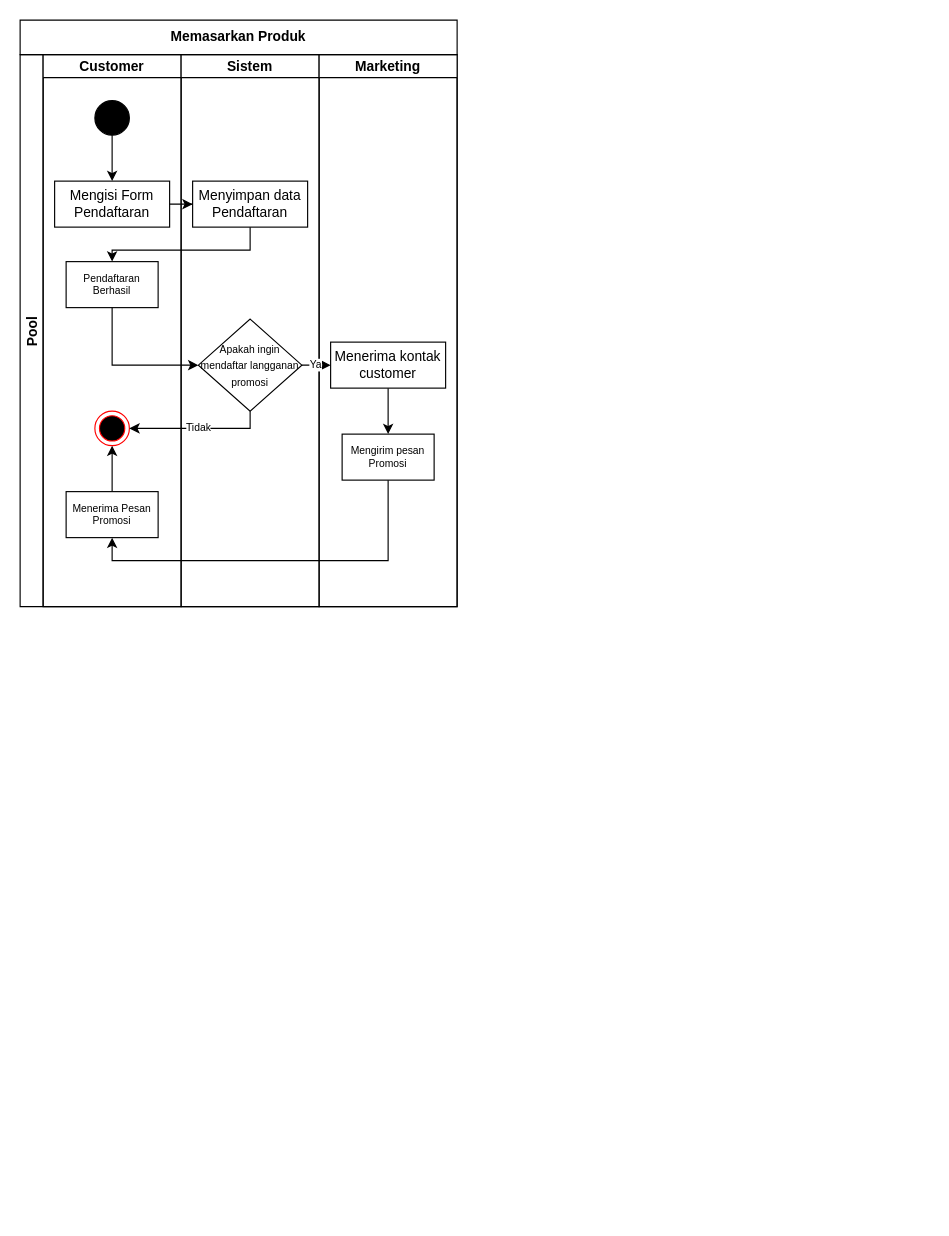
This is activity diagram.drawio from farrasrayhand/Tugas-Kuliah, a draw.io file, before an edit. Source tidied: cells renumbered, new cells numbered last; positions are measured from the earlier drawing's top-left corner, leaving out a move shared by most shapes. Both pictures are drawn from the tidied source at 115%, with x=0, y=0 at pixel (20, 20).
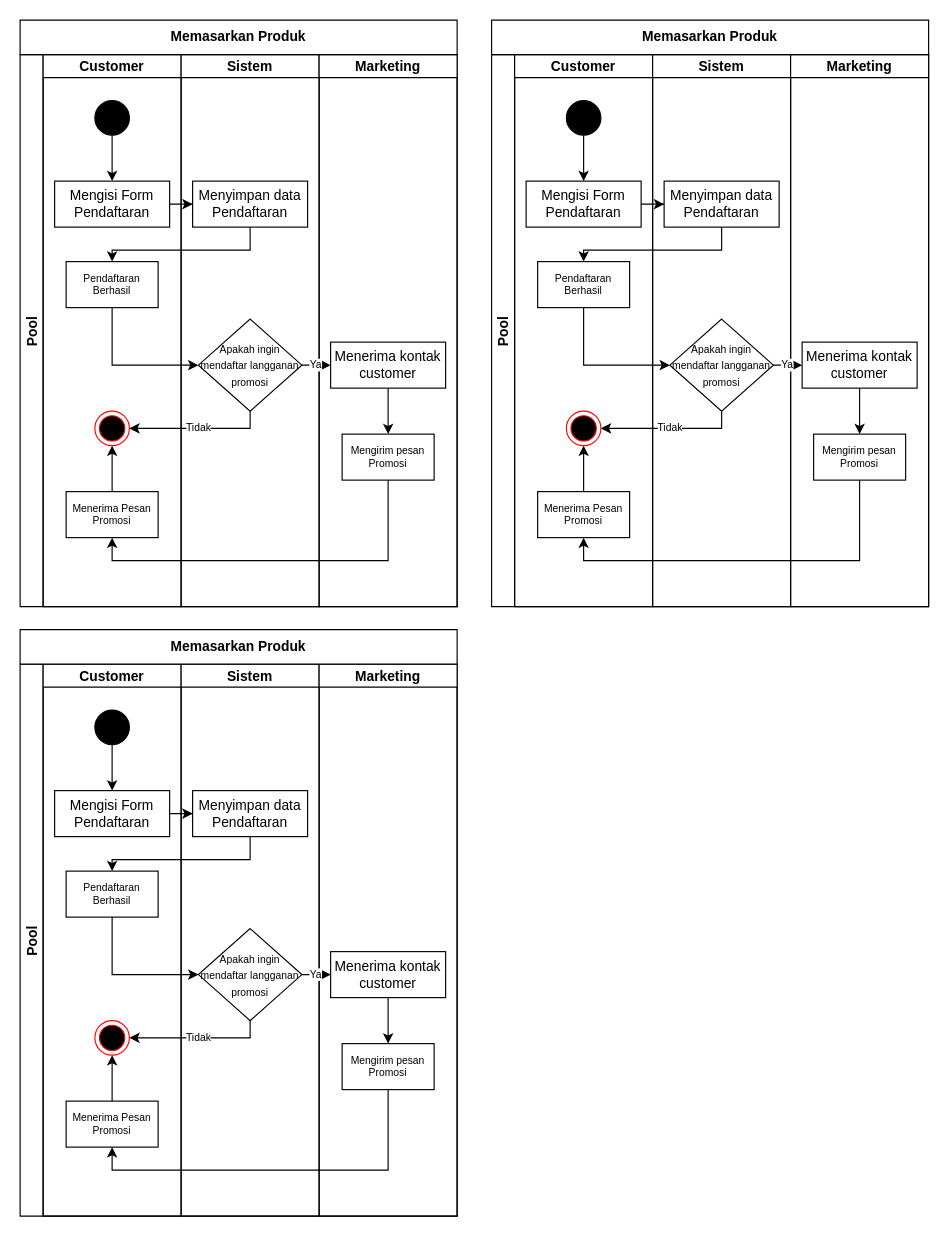
The same page after the edit.

What changed in the source:
```diff
@@
+    <mxCell id="27" value="Pool" style="swimlane;startSize=20;horizontal=0;" parent="1" vertex="1">
+      <mxGeometry x="410" y="30" width="380" height="480" as="geometry" />
+    </mxCell>
+    <mxCell id="28" value="Customer" style="swimlane;startSize=20;" parent="27" vertex="1">
+      <mxGeometry x="20" width="120" height="480" as="geometry" />
+    </mxCell>
+    <mxCell id="29" style="edgeStyle=orthogonalEdgeStyle;rounded=0;jettySize=auto;html=1;entryX=0.5;entryY=0;entryDx=0;entryDy=0;" parent="28" edge="1" source="30" target="31">
+      <mxGeometry relative="1" as="geometry" />
+    </mxCell>
+    <mxCell id="30" style="ellipse;whiteSpace=wrap;html=1;fillColor=#000000;" parent="28" vertex="1">
+      <mxGeometry x="45" y="40" width="30" height="30" as="geometry" />
+    </mxCell>
+    <mxCell id="31" value="Mengisi Form Pendaftaran" style="rounded=0;whiteSpace=wrap;html=1;fillColor=#FFFFFF;" parent="28" vertex="1">
+      <mxGeometry x="10" y="110" width="100" height="40" as="geometry" />
+    </mxCell>
+    <mxCell id="32" value="Pendaftaran Berhasil" style="rounded=0;whiteSpace=wrap;html=1;fontSize=9;fillColor=#FFFFFF;" parent="28" vertex="1">
+      <mxGeometry x="20" y="180" width="80" height="40" as="geometry" />
+    </mxCell>
+    <mxCell id="33" style="ellipse;html=1;shape=endState;fillColor=#000000;strokeColor=#ff0000;fontSize=9;" parent="28" vertex="1">
+      <mxGeometry x="45" y="310" width="30" height="30" as="geometry" />
+    </mxCell>
+    <mxCell id="34" style="edgeStyle=orthogonalEdgeStyle;rounded=0;jettySize=auto;html=1;entryX=0.5;entryY=1;entryDx=0;entryDy=0;fontSize=9;" parent="28" edge="1" source="35" target="33">
+      <mxGeometry relative="1" as="geometry" />
+    </mxCell>
+    <mxCell id="35" value="Menerima Pesan Promosi" style="rounded=0;whiteSpace=wrap;html=1;fontSize=9;fillColor=#FFFFFF;" parent="28" vertex="1">
+      <mxGeometry x="20" y="380" width="80" height="40" as="geometry" />
+    </mxCell>
+    <mxCell id="36" value="Sistem" style="swimlane;startSize=20;" parent="27" vertex="1">
+      <mxGeometry x="140" width="120" height="480" as="geometry" />
+    </mxCell>
+    <mxCell id="37" value="Menyimpan data Pendaftaran" style="rounded=0;whiteSpace=wrap;html=1;fillColor=#FFFFFF;" parent="36" vertex="1">
+      <mxGeometry x="10" y="110" width="100" height="40" as="geometry" />
+    </mxCell>
+    <mxCell id="38" value="&lt;font style=&quot;font-size: 9px&quot;&gt;Apakah ingin mendaftar langganan promosi&lt;/font&gt;" style="rhombus;whiteSpace=wrap;html=1;fillColor=#FFFFFF;" parent="36" vertex="1">
+      <mxGeometry x="15" y="230" width="90" height="80" as="geometry" />
+    </mxCell>
+    <mxCell id="39" value="Marketing" style="swimlane;startSize=20;" parent="27" vertex="1">
+      <mxGeometry x="260" width="120" height="480" as="geometry" />
+    </mxCell>
+    <mxCell id="40" style="edgeStyle=orthogonalEdgeStyle;rounded=0;jettySize=auto;html=1;entryX=0.5;entryY=0;entryDx=0;entryDy=0;fontSize=9;" parent="39" edge="1" source="41" target="42">
+      <mxGeometry relative="1" as="geometry" />
+    </mxCell>
+    <mxCell id="41" value="Menerima kontak customer" style="rounded=0;whiteSpace=wrap;html=1;fillColor=#FFFFFF;" parent="39" vertex="1">
+      <mxGeometry x="10" y="250" width="100" height="40" as="geometry" />
+    </mxCell>
+    <mxCell id="42" value="Mengirim pesan Promosi" style="rounded=0;whiteSpace=wrap;html=1;fontSize=9;fillColor=#FFFFFF;" parent="39" vertex="1">
+      <mxGeometry x="20" y="330" width="80" height="40" as="geometry" />
+    </mxCell>
+    <mxCell id="43" style="edgeStyle=orthogonalEdgeStyle;rounded=0;jettySize=auto;html=1;entryX=0;entryY=0.5;entryDx=0;entryDy=0;" parent="27" edge="1" source="31" target="37">
+      <mxGeometry relative="1" as="geometry" />
+    </mxCell>
+    <mxCell id="44" value="Ya" style="edgeStyle=orthogonalEdgeStyle;rounded=0;jettySize=auto;html=1;fontSize=9;" parent="27" edge="1" source="38" target="41">
+      <mxGeometry relative="1" as="geometry" />
+    </mxCell>
+    <mxCell id="45" style="edgeStyle=orthogonalEdgeStyle;rounded=0;jettySize=auto;html=1;entryX=0.5;entryY=0;entryDx=0;entryDy=0;fontSize=9;" parent="27" edge="1" source="37" target="32">
+      <mxGeometry relative="1" as="geometry">
+        <Array as="points">
+          <mxPoint x="200" y="170" />
+          <mxPoint x="80" y="170" />
+        </Array>
+      </mxGeometry>
+    </mxCell>
+    <mxCell id="46" style="edgeStyle=orthogonalEdgeStyle;rounded=0;jettySize=auto;html=1;entryX=0;entryY=0.5;entryDx=0;entryDy=0;fontSize=9;" parent="27" edge="1" source="32" target="38">
+      <mxGeometry relative="1" as="geometry">
+        <Array as="points">
+          <mxPoint x="80" y="270" />
+        </Array>
+      </mxGeometry>
+    </mxCell>
+    <mxCell id="47" value="Tidak" style="edgeStyle=orthogonalEdgeStyle;rounded=0;jettySize=auto;html=1;entryX=1;entryY=0.5;entryDx=0;entryDy=0;fontSize=9;" parent="27" edge="1" source="38" target="33">
+      <mxGeometry relative="1" as="geometry">
+        <Array as="points">
+          <mxPoint x="200" y="325" />
+        </Array>
+      </mxGeometry>
+    </mxCell>
+    <mxCell id="48" style="edgeStyle=orthogonalEdgeStyle;rounded=0;jettySize=auto;html=1;fontSize=9;entryX=0.5;entryY=1;entryDx=0;entryDy=0;" parent="27" edge="1" source="42" target="35">
+      <mxGeometry relative="1" as="geometry">
+        <Array as="points">
+          <mxPoint x="320" y="440" />
+          <mxPoint x="80" y="440" />
+        </Array>
+      </mxGeometry>
+    </mxCell>
+    <mxCell id="49" style="shape=table;startSize=0;childLayout=tableLayout;fontStyle=1;" parent="1" vertex="1">
+      <mxGeometry x="410" width="380" height="30" as="geometry" />
+    </mxCell>
+    <mxCell id="50" style="shape=partialRectangle;fillColor=none;top=0;left=0;bottom=0;right=0;" parent="49" vertex="1">
+      <mxGeometry width="380" height="30" as="geometry" />
+    </mxCell>
+    <mxCell id="51" value="&lt;b&gt;Memasarkan Produk&lt;/b&gt;" style="shape=partialRectangle;html=1;whiteSpace=wrap;overflow=hidden;fillColor=none;top=0;left=0;bottom=0;right=0;" parent="50" vertex="1">
+      <mxGeometry width="380" height="30" as="geometry" />
+    </mxCell>
+    <mxCell id="52" value="Pool" style="swimlane;startSize=20;horizontal=0;" parent="1" vertex="1">
+      <mxGeometry y="560" width="380" height="480" as="geometry" />
+    </mxCell>
+    <mxCell id="53" value="Customer" style="swimlane;startSize=20;" parent="52" vertex="1">
+      <mxGeometry x="20" width="120" height="480" as="geometry" />
+    </mxCell>
+    <mxCell id="54" style="edgeStyle=orthogonalEdgeStyle;rounded=0;jettySize=auto;html=1;entryX=0.5;entryY=0;entryDx=0;entryDy=0;" parent="53" edge="1" source="55" target="56">
+      <mxGeometry relative="1" as="geometry" />
+    </mxCell>
+    <mxCell id="55" style="ellipse;whiteSpace=wrap;html=1;fillColor=#000000;" parent="53" vertex="1">
+      <mxGeometry x="45" y="40" width="30" height="30" as="geometry" />
+    </mxCell>
+    <mxCell id="56" value="Mengisi Form Pendaftaran" style="rounded=0;whiteSpace=wrap;html=1;fillColor=#FFFFFF;" parent="53" vertex="1">
+      <mxGeometry x="10" y="110" width="100" height="40" as="geometry" />
+    </mxCell>
+    <mxCell id="57" value="Pendaftaran Berhasil" style="rounded=0;whiteSpace=wrap;html=1;fontSize=9;fillColor=#FFFFFF;" parent="53" vertex="1">
+      <mxGeometry x="20" y="180" width="80" height="40" as="geometry" />
+    </mxCell>
+    <mxCell id="58" style="ellipse;html=1;shape=endState;fillColor=#000000;strokeColor=#ff0000;fontSize=9;" parent="53" vertex="1">
+      <mxGeometry x="45" y="310" width="30" height="30" as="geometry" />
+    </mxCell>
+    <mxCell id="59" style="edgeStyle=orthogonalEdgeStyle;rounded=0;jettySize=auto;html=1;entryX=0.5;entryY=1;entryDx=0;entryDy=0;fontSize=9;" parent="53" edge="1" source="60" target="58">
+      <mxGeometry relative="1" as="geometry" />
+    </mxCell>
+    <mxCell id="60" value="Menerima Pesan Promosi" style="rounded=0;whiteSpace=wrap;html=1;fontSize=9;fillColor=#FFFFFF;" parent="53" vertex="1">
+      <mxGeometry x="20" y="380" width="80" height="40" as="geometry" />
+    </mxCell>
+    <mxCell id="61" value="Sistem" style="swimlane;startSize=20;" parent="52" vertex="1">
+      <mxGeometry x="140" width="120" height="480" as="geometry" />
+    </mxCell>
+    <mxCell id="62" value="Menyimpan data Pendaftaran" style="rounded=0;whiteSpace=wrap;html=1;fillColor=#FFFFFF;" parent="61" vertex="1">
+      <mxGeometry x="10" y="110" width="100" height="40" as="geometry" />
+    </mxCell>
+    <mxCell id="63" value="&lt;font style=&quot;font-size: 9px&quot;&gt;Apakah ingin mendaftar langganan promosi&lt;/font&gt;" style="rhombus;whiteSpace=wrap;html=1;fillColor=#FFFFFF;" parent="61" vertex="1">
+      <mxGeometry x="15" y="230" width="90" height="80" as="geometry" />
+    </mxCell>
+    <mxCell id="64" value="Marketing" style="swimlane;startSize=20;" parent="52" vertex="1">
+      <mxGeometry x="260" width="120" height="480" as="geometry" />
+    </mxCell>
+    <mxCell id="65" style="edgeStyle=orthogonalEdgeStyle;rounded=0;jettySize=auto;html=1;entryX=0.5;entryY=0;entryDx=0;entryDy=0;fontSize=9;" parent="64" edge="1" source="66" target="67">
+      <mxGeometry relative="1" as="geometry" />
+    </mxCell>
+    <mxCell id="66" value="Menerima kontak customer" style="rounded=0;whiteSpace=wrap;html=1;fillColor=#FFFFFF;" parent="64" vertex="1">
+      <mxGeometry x="10" y="250" width="100" height="40" as="geometry" />
+    </mxCell>
+    <mxCell id="67" value="Mengirim pesan Promosi" style="rounded=0;whiteSpace=wrap;html=1;fontSize=9;fillColor=#FFFFFF;" parent="64" vertex="1">
+      <mxGeometry x="20" y="330" width="80" height="40" as="geometry" />
+    </mxCell>
+    <mxCell id="68" style="edgeStyle=orthogonalEdgeStyle;rounded=0;jettySize=auto;html=1;entryX=0;entryY=0.5;entryDx=0;entryDy=0;" parent="52" edge="1" source="56" target="62">
+      <mxGeometry relative="1" as="geometry" />
+    </mxCell>
+    <mxCell id="69" value="Ya" style="edgeStyle=orthogonalEdgeStyle;rounded=0;jettySize=auto;html=1;fontSize=9;" parent="52" edge="1" source="63" target="66">
+      <mxGeometry relative="1" as="geometry" />
+    </mxCell>
+    <mxCell id="70" style="edgeStyle=orthogonalEdgeStyle;rounded=0;jettySize=auto;html=1;entryX=0.5;entryY=0;entryDx=0;entryDy=0;fontSize=9;" parent="52" edge="1" source="62" target="57">
+      <mxGeometry relative="1" as="geometry">
+        <Array as="points">
+          <mxPoint x="200" y="170" />
+          <mxPoint x="80" y="170" />
+        </Array>
+      </mxGeometry>
+    </mxCell>
+    <mxCell id="71" style="edgeStyle=orthogonalEdgeStyle;rounded=0;jettySize=auto;html=1;entryX=0;entryY=0.5;entryDx=0;entryDy=0;fontSize=9;" parent="52" edge="1" source="57" target="63">
+      <mxGeometry relative="1" as="geometry">
+        <Array as="points">
+          <mxPoint x="80" y="270" />
+        </Array>
+      </mxGeometry>
+    </mxCell>
+    <mxCell id="72" value="Tidak" style="edgeStyle=orthogonalEdgeStyle;rounded=0;jettySize=auto;html=1;entryX=1;entryY=0.5;entryDx=0;entryDy=0;fontSize=9;" parent="52" edge="1" source="63" target="58">
+      <mxGeometry relative="1" as="geometry">
+        <Array as="points">
+          <mxPoint x="200" y="325" />
+        </Array>
+      </mxGeometry>
+    </mxCell>
+    <mxCell id="73" style="edgeStyle=orthogonalEdgeStyle;rounded=0;jettySize=auto;html=1;fontSize=9;entryX=0.5;entryY=1;entryDx=0;entryDy=0;" parent="52" edge="1" source="67" target="60">
+      <mxGeometry relative="1" as="geometry">
+        <Array as="points">
+          <mxPoint x="320" y="440" />
+          <mxPoint x="80" y="440" />
+        </Array>
+      </mxGeometry>
+    </mxCell>
+    <mxCell id="74" style="shape=table;startSize=0;childLayout=tableLayout;fontStyle=1;" parent="1" vertex="1">
+      <mxGeometry y="530" width="380" height="30" as="geometry" />
+    </mxCell>
+    <mxCell id="75" style="shape=partialRectangle;fillColor=none;top=0;left=0;bottom=0;right=0;" parent="74" vertex="1">
+      <mxGeometry width="380" height="30" as="geometry" />
+    </mxCell>
+    <mxCell id="76" value="&lt;b&gt;Memasarkan Produk&lt;/b&gt;" style="shape=partialRectangle;html=1;whiteSpace=wrap;overflow=hidden;fillColor=none;top=0;left=0;bottom=0;right=0;" parent="75" vertex="1">
+      <mxGeometry width="380" height="30" as="geometry" />
+    </mxCell>
```
